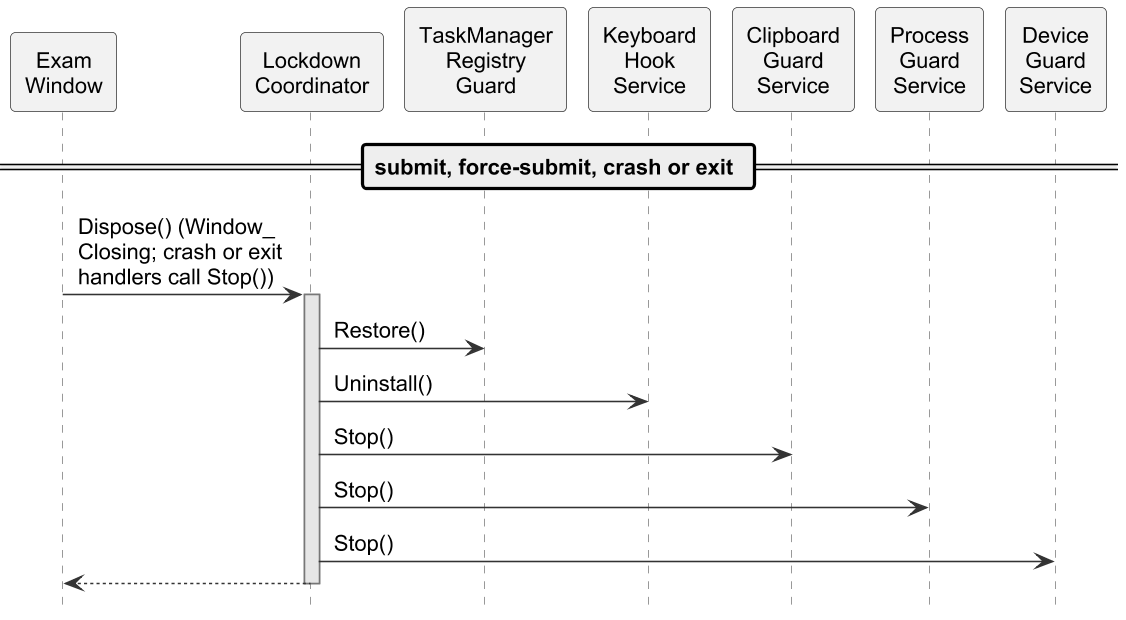
Earlier version of the PlantUML export important docs/fyp_doc_3chatp/Figures/seq_lockdown_c.png (Haiderali27-hub/AI-Lab-Monitoring-).
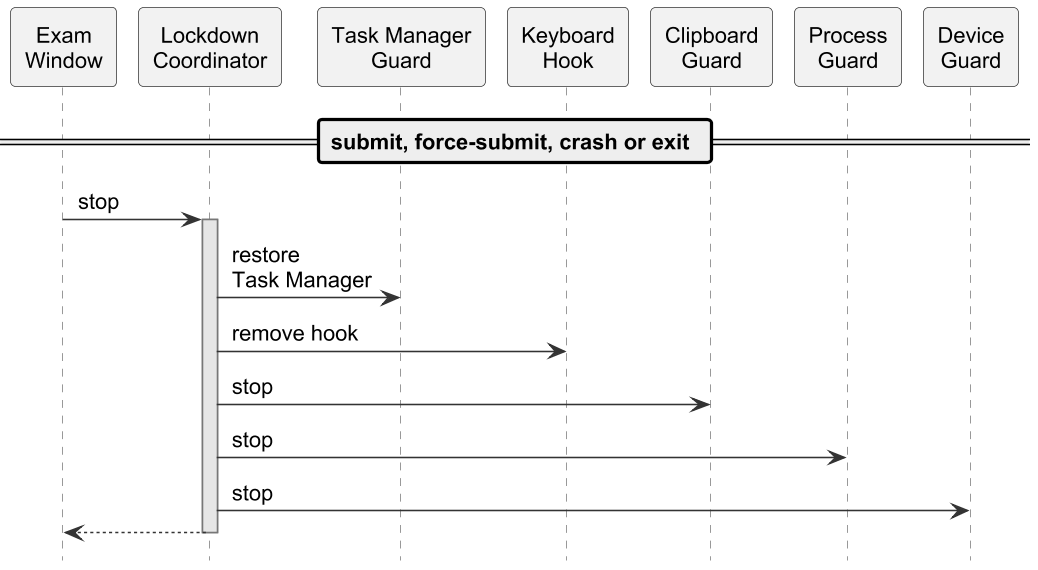
Above is the later version.

What changed in the source:
```diff
@@ -6,7 +6,6 @@
 hide unlinked
 skinparam ParticipantPadding 2
 skinparam BoxPadding 2
-skinparam maxMessageSize 200
 skinparam sequence {
   MessageAlign left
   LifeLineBackgroundColor #E6E6E6
@@ -14,21 +13,19 @@
 
 participant "Exam\nWindow" as EW
 participant "Lockdown\nCoordinator" as LC
-participant "TaskManager\nRegistry\nGuard" as TM
-participant "Keyboard\nHook\nService" as KB
-participant "Clipboard\nGuard\nService" as CB
-participant "Process\nGuard\nService" as PG
-participant "Device\nGuard\nService" as DG
-participant "Live\nMonitoring\nService" as LMS
-participant "ApiClient" as API
+participant "Task Manager\nGuard" as TM
+participant "Keyboard\nHook" as KB
+participant "Clipboard\nGuard" as CB
+participant "Process\nGuard" as PG
+participant "Device\nGuard" as DG
 == submit, force-submit, crash or exit ==
-EW -> LC : Dispose() (Window_\nClosing; crash or exit\nhandlers call Stop())
+EW -> LC : stop
 activate LC
-LC -> TM : Restore()
-LC -> KB : Uninstall()
-LC -> CB : Stop()
-LC -> PG : Stop()
-LC -> DG : Stop()
+LC -> TM : restore\nTask Manager
+LC -> KB : remove hook
+LC -> CB : stop
+LC -> PG : stop
+LC -> DG : stop
 LC --> EW
 deactivate LC
 @enduml
```
